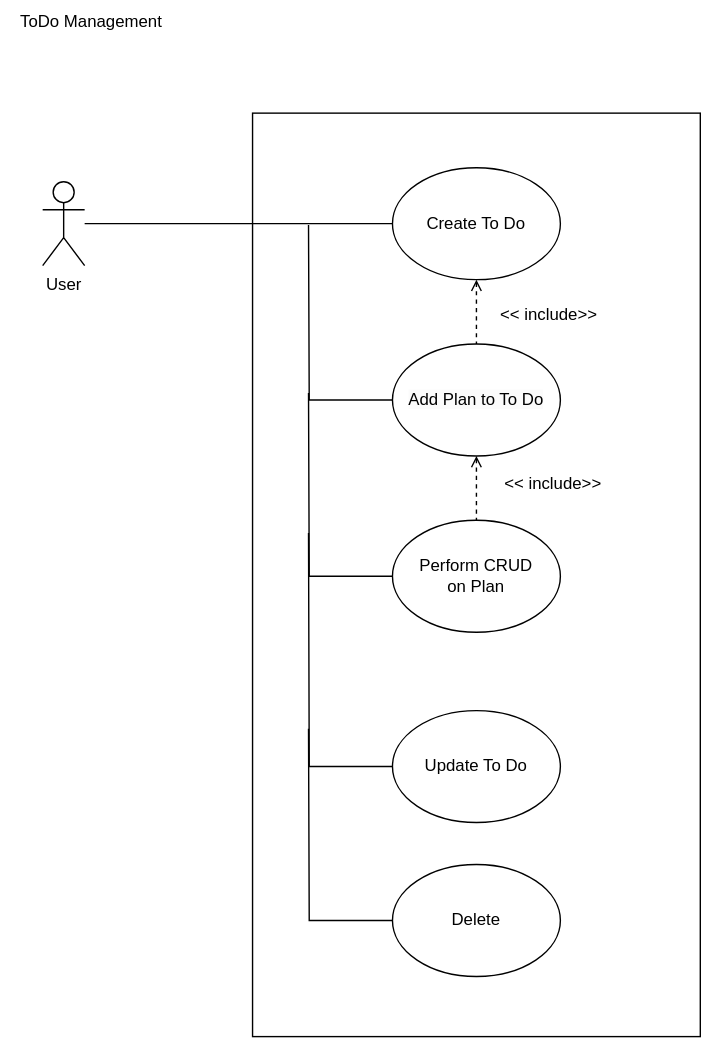
The draw.io diagram Use Case Diagrams/ToDoList_Management.drawio.svg in lntlemeza/Zen_Documentation, before a commit. Source tidied: cells renumbered, new cells last; positions are measured from the earlier drawing's top-left corner, leaving out a move shared by most shapes.
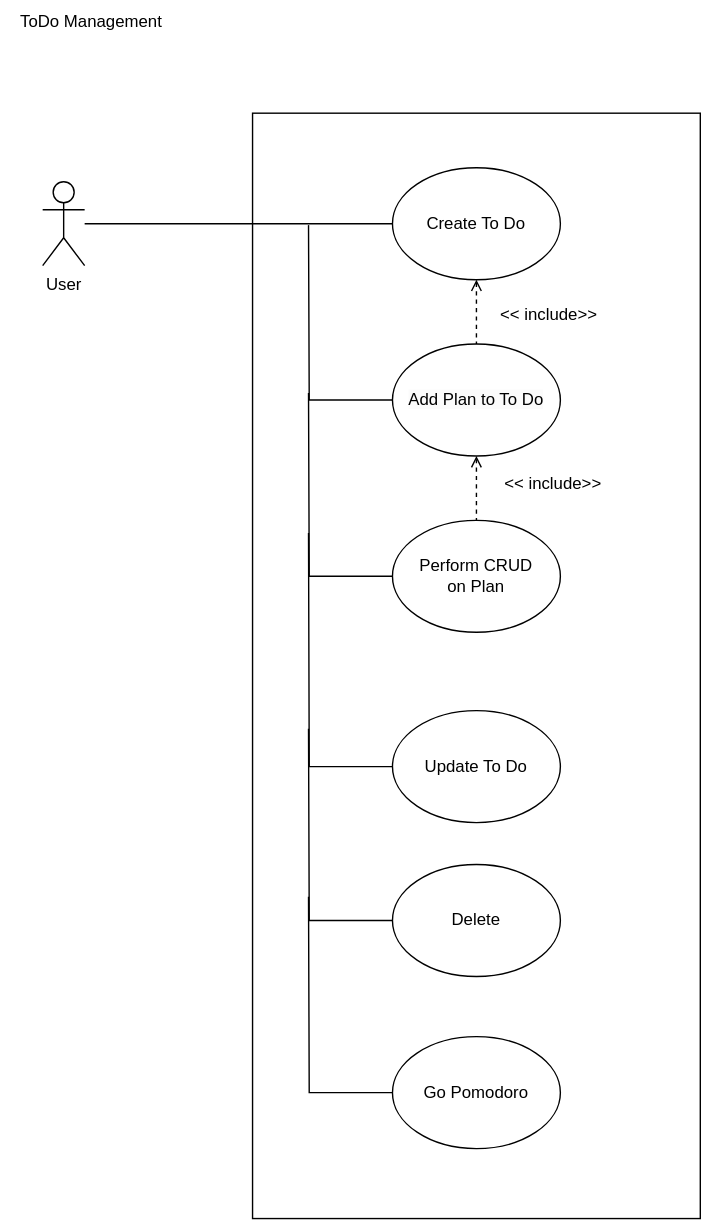
The same diagram one commit later.

Diff of the diagram source:
```diff
@@ -3,7 +3,7 @@
     <mxCell id="0" />
     <mxCell id="1" parent="0" />
     <mxCell id="2" style="rounded=0;whiteSpace=wrap;html=1;" parent="1" vertex="1">
-      <mxGeometry x="180" y="80" width="320" height="660" as="geometry" />
+      <mxGeometry x="180" y="80" width="320" height="790" as="geometry" />
     </mxCell>
     <mxCell id="3" style="edgeStyle=orthogonalEdgeStyle;rounded=0;jettySize=auto;html=1;exitX=0.5;exitY=1;exitDx=0;exitDy=0;endArrow=none;endFill=0;startArrow=open;startFill=0;dashed=1;" parent="1" edge="1" source="5" target="8">
       <mxGeometry relative="1" as="geometry" />
@@ -64,5 +64,13 @@
     <mxCell id="19" value="ToDo Management" style="text;html=1;align=center;verticalAlign=middle;whiteSpace=wrap;rounded=0;fillColor=default;" parent="1" vertex="1">
       <mxGeometry width="130" height="30" as="geometry" />
     </mxCell>
+    <mxCell id="20" style="edgeStyle=orthogonalEdgeStyle;rounded=0;jettySize=auto;html=1;exitX=0;exitY=0.5;exitDx=0;exitDy=0;endArrow=none;endFill=0;" parent="1" edge="1" source="21">
+      <mxGeometry relative="1" as="geometry">
+        <mxPoint x="220" y="640" as="targetPoint" />
+      </mxGeometry>
+    </mxCell>
+    <mxCell id="21" value="Go Pomodoro" style="ellipse;whiteSpace=wrap;html=1;" parent="1" vertex="1">
+      <mxGeometry x="280" y="740" width="120" height="80" as="geometry" />
+    </mxCell>
   </root>
 </mxGraphModel>
```
